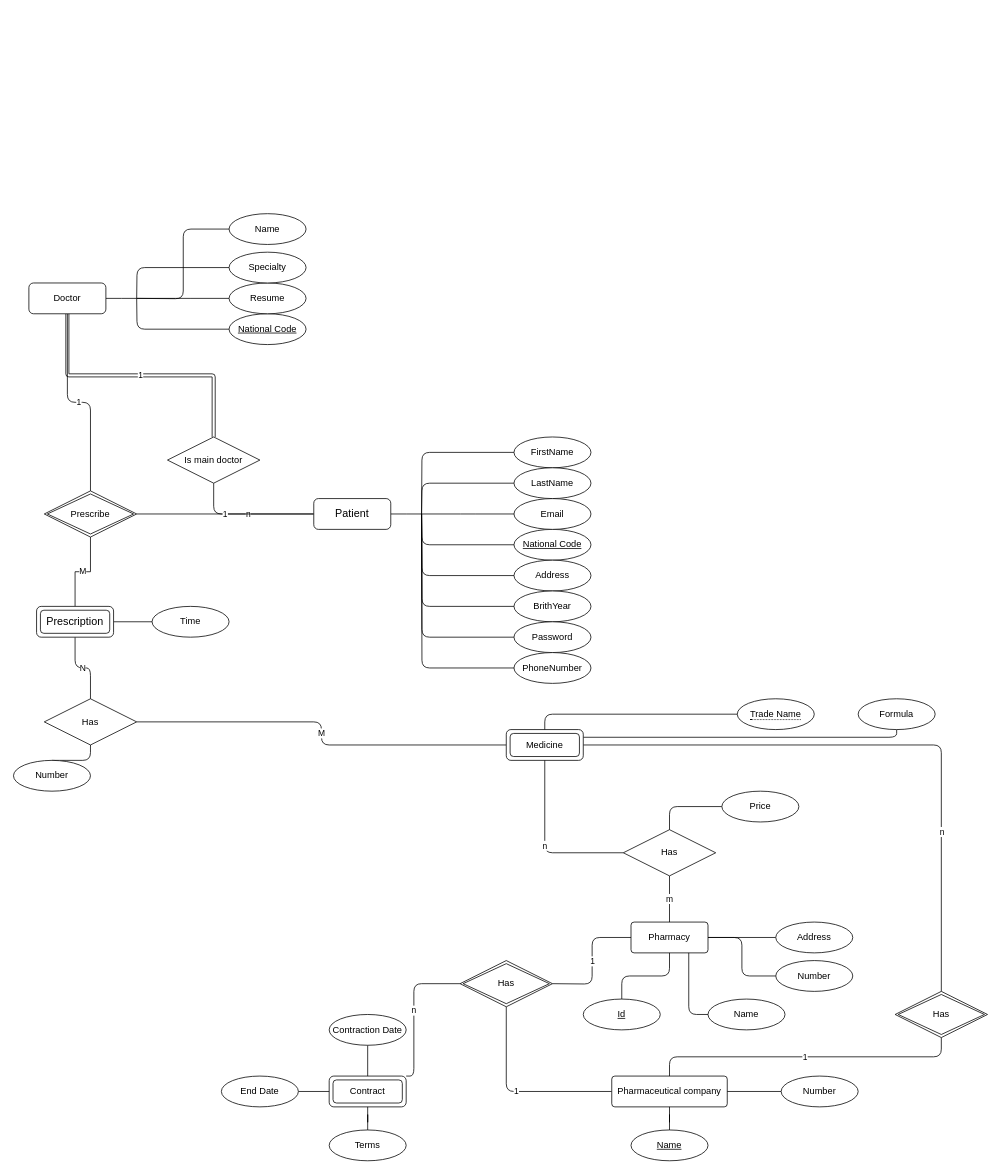
Above: Untitled Diagram.drawio in yasharzb/Health-Management (draw.io), before the change. Source tidied: cells renumbered, new cells numbered last; positions are measured from the earlier drawing's top-left corner, leaving out a move shared by most shapes. Both pictures are drawn from the tidied source at 77%, with x=0, y=0 at pixel (13, 213).
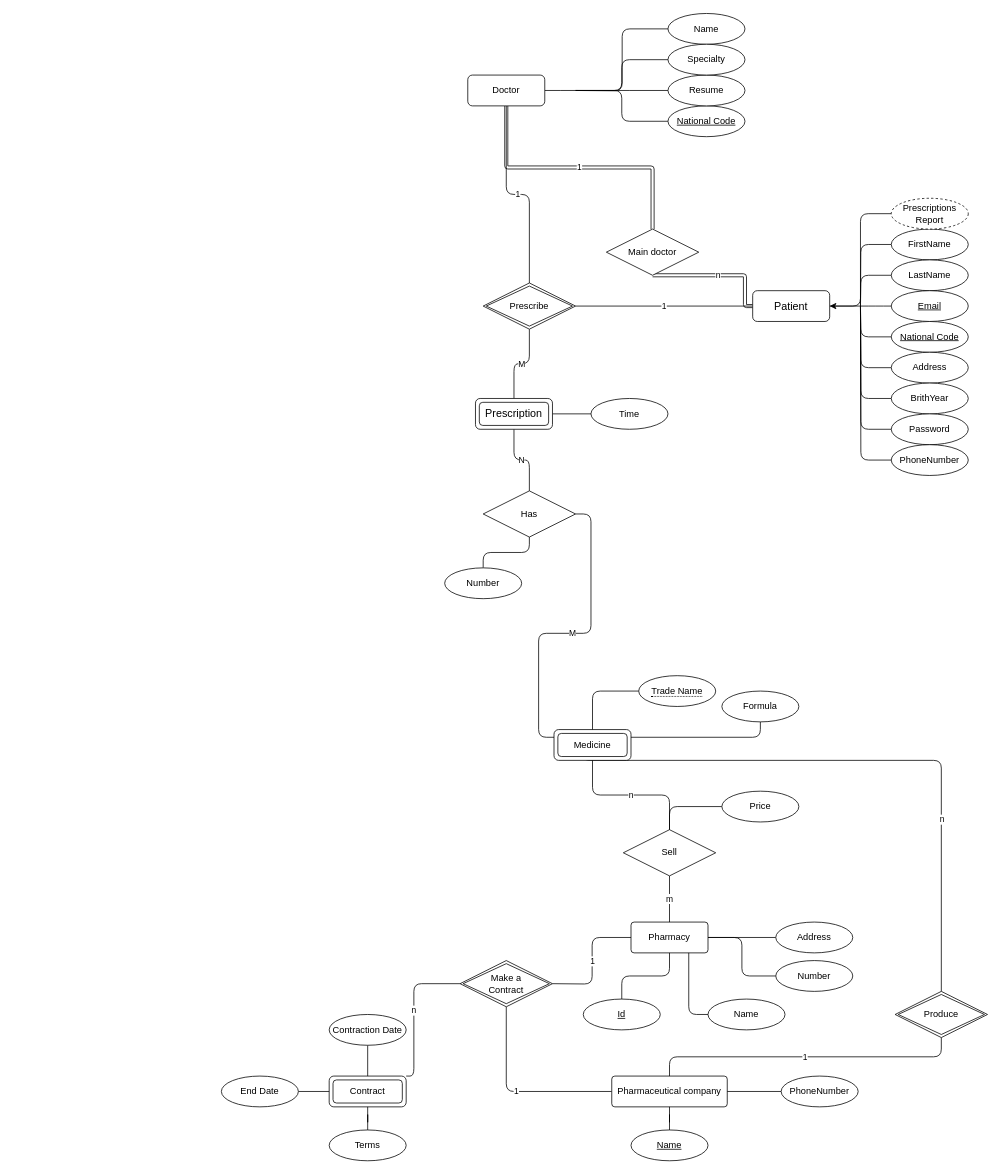
After the change.

Change to the diagram source:
```diff
@@
     <mxCell id="4" style="edgeStyle=orthogonalEdgeStyle;rounded=1;jettySize=auto;html=1;exitX=1;exitY=0.5;exitDx=0;exitDy=0;entryX=0;entryY=0.5;entryDx=0;entryDy=0;endArrow=none;endFill=0;" parent="1" edge="1" target="19">
       <mxGeometry relative="1" as="geometry">
-        <mxPoint x="160" y="110" as="sourcePoint" />
+        <mxPoint x="730" y="-160" as="sourcePoint" />
       </mxGeometry>
     </mxCell>
     <mxCell id="5" style="edgeStyle=orthogonalEdgeStyle;rounded=1;jettySize=auto;html=1;exitX=0;exitY=0.5;exitDx=0;exitDy=0;entryX=1;entryY=0.5;entryDx=0;entryDy=0;endArrow=none;endFill=0;" parent="1" edge="1" source="6">
       <mxGeometry relative="1" as="geometry">
-        <mxPoint x="530" y="390" as="targetPoint" />
+        <mxPoint x="1100" y="120" as="targetPoint" />
       </mxGeometry>
     </mxCell>
     <mxCell id="6" value="National Code" style="ellipse;whiteSpace=wrap;html=1;align=center;fontStyle=4;" parent="1" vertex="1">
-      <mxGeometry x="650" y="410" width="100" height="40" as="geometry" />
+      <mxGeometry x="1140" y="140" width="100" height="40" as="geometry" />
     </mxCell>
     <mxCell id="7" style="edgeStyle=orthogonalEdgeStyle;rounded=1;jettySize=auto;html=1;exitX=0;exitY=0.5;exitDx=0;exitDy=0;entryX=1;entryY=0.5;entryDx=0;entryDy=0;endArrow=none;endFill=0;" parent="1" edge="1" source="8">
       <mxGeometry relative="1" as="geometry">
-        <mxPoint x="530" y="390" as="targetPoint" />
+        <mxPoint x="1100" y="120" as="targetPoint" />
       </mxGeometry>
     </mxCell>
     <mxCell id="8" value="FirstName" style="ellipse;whiteSpace=wrap;html=1;align=center;" parent="1" vertex="1">
-      <mxGeometry x="650" y="290" width="100" height="40" as="geometry" />
+      <mxGeometry x="1140" y="20" width="100" height="40" as="geometry" />
     </mxCell>
     <mxCell id="9" style="edgeStyle=orthogonalEdgeStyle;rounded=1;jettySize=auto;html=1;exitX=0;exitY=0.5;exitDx=0;exitDy=0;endArrow=none;endFill=0;" parent="1" edge="1" source="10">
       <mxGeometry relative="1" as="geometry">
-        <mxPoint x="530" y="390" as="targetPoint" />
+        <mxPoint x="1100" y="120" as="targetPoint" />
       </mxGeometry>
     </mxCell>
     <mxCell id="10" value="Address" style="ellipse;whiteSpace=wrap;html=1;align=center;" parent="1" vertex="1">
-      <mxGeometry x="650" y="450" width="100" height="40" as="geometry" />
+      <mxGeometry x="1140" y="180" width="100" height="40" as="geometry" />
     </mxCell>
     <mxCell id="11" style="edgeStyle=orthogonalEdgeStyle;rounded=1;jettySize=auto;html=1;exitX=0;exitY=0.5;exitDx=0;exitDy=0;entryX=1;entryY=0.5;entryDx=0;entryDy=0;endArrow=none;endFill=0;" parent="1" edge="1" source="12">
       <mxGeometry relative="1" as="geometry">
-        <mxPoint x="530" y="390" as="targetPoint" />
+        <mxPoint x="1100" y="120" as="targetPoint" />
       </mxGeometry>
     </mxCell>
-    <mxCell id="12" value="Email" style="ellipse;whiteSpace=wrap;html=1;align=center;" parent="1" vertex="1">
-      <mxGeometry x="650" y="370" width="100" height="40" as="geometry" />
-    </mxCell>
     <mxCell id="13" style="edgeStyle=orthogonalEdgeStyle;rounded=1;jettySize=auto;html=1;exitX=0;exitY=0.5;exitDx=0;exitDy=0;entryX=1;entryY=0.5;entryDx=0;entryDy=0;endArrow=none;endFill=0;" parent="1" edge="1" source="14">
       <mxGeometry relative="1" as="geometry">
-        <mxPoint x="530" y="390" as="targetPoint" />
+        <mxPoint x="1100" y="120" as="targetPoint" />
       </mxGeometry>
     </mxCell>
     <mxCell id="14" value="LastName" style="ellipse;whiteSpace=wrap;html=1;align=center;" parent="1" vertex="1">
-      <mxGeometry x="650" y="330" width="100" height="40" as="geometry" />
+      <mxGeometry x="1140" y="60" width="100" height="40" as="geometry" />
     </mxCell>
     <mxCell id="15" style="edgeStyle=orthogonalEdgeStyle;rounded=1;jettySize=auto;html=1;exitX=0;exitY=0.5;exitDx=0;exitDy=0;entryX=1;entryY=0.5;entryDx=0;entryDy=0;endArrow=none;endFill=0;" parent="1" edge="1" source="16">
       <mxGeometry relative="1" as="geometry">
-        <mxPoint x="530" y="390" as="targetPoint" />
+        <mxPoint x="1100" y="120" as="targetPoint" />
       </mxGeometry>
     </mxCell>
     <mxCell id="16" value="BrithYear" style="ellipse;whiteSpace=wrap;html=1;align=center;" parent="1" vertex="1">
-      <mxGeometry x="650" y="490" width="100" height="40" as="geometry" />
+      <mxGeometry x="1140" y="220" width="100" height="40" as="geometry" />
     </mxCell>
     <mxCell id="17" style="edgeStyle=orthogonalEdgeStyle;rounded=1;jettySize=auto;html=1;exitX=0;exitY=0.5;exitDx=0;exitDy=0;entryX=1;entryY=0.5;entryDx=0;entryDy=0;endArrow=none;endFill=0;" parent="1" edge="1" source="18">
       <mxGeometry relative="1" as="geometry">
-        <mxPoint x="160" y="110" as="targetPoint" />
+        <mxPoint x="730" y="-160" as="targetPoint" />
+        <Array as="points">
+          <mxPoint x="790" y="-120" />
+          <mxPoint x="790" y="-160" />
+        </Array>
       </mxGeometry>
     </mxCell>
     <mxCell id="18" value="National Code" style="ellipse;whiteSpace=wrap;html=1;align=center;fontStyle=4;" parent="1" vertex="1">
-      <mxGeometry x="280" y="130" width="100" height="40" as="geometry" />
+      <mxGeometry x="850" y="-140" width="100" height="40" as="geometry" />
     </mxCell>
     <mxCell id="19" value="Name" style="ellipse;whiteSpace=wrap;html=1;align=center;" parent="1" vertex="1">
-      <mxGeometry x="280" width="100" height="40" as="geometry" />
+      <mxGeometry x="850" y="-260" width="100" height="40" as="geometry" />
     </mxCell>
     <mxCell id="20" style="edgeStyle=orthogonalEdgeStyle;rounded=0;jettySize=auto;html=1;exitX=0;exitY=0.5;exitDx=0;exitDy=0;entryX=1;entryY=0.5;entryDx=0;entryDy=0;strokeColor=none;" parent="1" edge="1" source="22">
       <mxGeometry relative="1" as="geometry">
-        <mxPoint x="190" y="140" as="targetPoint" />
+        <mxPoint x="760" y="-130" as="targetPoint" />
       </mxGeometry>
     </mxCell>
     <mxCell id="21" style="edgeStyle=orthogonalEdgeStyle;rounded=1;jettySize=auto;html=1;exitX=0;exitY=0.5;exitDx=0;exitDy=0;entryX=1;entryY=0.5;entryDx=0;entryDy=0;endArrow=none;endFill=0;" parent="1" edge="1" source="22">
       <mxGeometry relative="1" as="geometry">
-        <mxPoint x="160" y="110" as="targetPoint" />
+        <mxPoint x="730" y="-160" as="targetPoint" />
       </mxGeometry>
     </mxCell>
     <mxCell id="22" value="Resume" style="ellipse;whiteSpace=wrap;html=1;align=center;" parent="1" vertex="1">
-      <mxGeometry x="280" y="90" width="100" height="40" as="geometry" />
+      <mxGeometry x="850" y="-180" width="100" height="40" as="geometry" />
     </mxCell>
     <mxCell id="23" style="edgeStyle=orthogonalEdgeStyle;rounded=1;jettySize=auto;html=1;exitX=0;exitY=0.5;exitDx=0;exitDy=0;entryX=1;entryY=0.5;entryDx=0;entryDy=0;endArrow=none;endFill=0;" parent="1" edge="1" source="24">
       <mxGeometry relative="1" as="geometry">
-        <mxPoint x="160" y="110" as="targetPoint" />
+        <mxPoint x="730" y="-160" as="targetPoint" />
+        <Array as="points">
+          <mxPoint x="790" y="-200" />
+          <mxPoint x="790" y="-160" />
+        </Array>
       </mxGeometry>
     </mxCell>
     <mxCell id="24" value="Specialty" style="ellipse;whiteSpace=wrap;html=1;align=center;" parent="1" vertex="1">
-      <mxGeometry x="280" y="50" width="100" height="40" as="geometry" />
+      <mxGeometry x="850" y="-220" width="100" height="40" as="geometry" />
     </mxCell>
-    <mxCell id="25" value="n" style="edgeStyle=orthogonalEdgeStyle;rounded=1;jettySize=auto;html=1;exitX=0.5;exitY=1;exitDx=0;exitDy=0;endArrow=none;endFill=0;entryX=0;entryY=0.5;entryDx=0;entryDy=0;" parent="1" edge="1" source="26" target="84">
-      <mxGeometry relative="1" as="geometry" />
+    <mxCell id="25" value="n" style="edgeStyle=orthogonalEdgeStyle;rounded=1;jettySize=auto;html=1;exitX=0.5;exitY=1;exitDx=0;exitDy=0;endArrow=none;endFill=0;entryX=0;entryY=0.5;entryDx=0;entryDy=0;shape=link;" parent="1" edge="1" source="26" target="84">
+      <mxGeometry relative="1" as="geometry">
+        <Array as="points">
+          <mxPoint x="950" y="80" />
+          <mxPoint x="950" y="120" />
+        </Array>
+      </mxGeometry>
     </mxCell>
-    <mxCell id="26" value="Is&amp;nbsp;main doctor" style="shape=rhombus;perimeter=rhombusPerimeter;whiteSpace=wrap;html=1;align=center;" parent="1" vertex="1">
-      <mxGeometry x="200" y="290" width="120" height="60" as="geometry" />
+    <mxCell id="26" value="Main doctor" style="shape=rhombus;perimeter=rhombusPerimeter;whiteSpace=wrap;html=1;align=center;" parent="1" vertex="1">
+      <mxGeometry x="770" y="20" width="120" height="60" as="geometry" />
     </mxCell>
-    <mxCell id="27" value="M" style="edgeStyle=orthogonalEdgeStyle;rounded=1;jettySize=auto;html=1;exitX=1;exitY=0.5;exitDx=0;exitDy=0;entryX=0;entryY=0.5;entryDx=0;entryDy=0;endArrow=none;endFill=0;" parent="1" edge="1" source="29" target="71">
+    <mxCell id="27" value="M" style="edgeStyle=orthogonalEdgeStyle;rounded=1;jettySize=auto;html=1;exitX=1;exitY=0.5;exitDx=0;exitDy=0;entryX=0;entryY=0.25;entryDx=0;entryDy=0;endArrow=none;endFill=0;" parent="1" edge="1" source="29" target="71">
       <mxGeometry relative="1" as="geometry" />
     </mxCell>
@@
     <mxCell id="29" value="Has" style="shape=rhombus;perimeter=rhombusPerimeter;whiteSpace=wrap;html=1;align=center;" parent="1" vertex="1">
-      <mxGeometry x="40" y="630" width="120" height="60" as="geometry" />
+      <mxGeometry x="610" y="360" width="120" height="60" as="geometry" />
     </mxCell>
-    <mxCell id="30" value="M" style="edgeStyle=orthogonalEdgeStyle;rounded=0;jettySize=auto;html=1;exitX=0.5;exitY=1;exitDx=0;exitDy=0;entryX=0.5;entryY=0;entryDx=0;entryDy=0;endArrow=none;endFill=0;" parent="1" edge="1" source="32" target="64">
+    <mxCell id="30" value="M" style="edgeStyle=orthogonalEdgeStyle;rounded=1;jettySize=auto;html=1;exitX=0.5;exitY=1;exitDx=0;exitDy=0;entryX=0.5;entryY=0;entryDx=0;entryDy=0;endArrow=none;endFill=0;" parent="1" edge="1" source="32" target="64">
       <mxGeometry relative="1" as="geometry" />
     </mxCell>
@@
     <mxCell id="32" value="Prescribe" style="shape=rhombus;double=1;perimeter=rhombusPerimeter;whiteSpace=wrap;html=1;align=center;" parent="1" vertex="1">
-      <mxGeometry x="40" y="360" width="120" height="60" as="geometry" />
+      <mxGeometry x="610" y="90" width="120" height="60" as="geometry" />
     </mxCell>
     <mxCell id="33" value="Number" style="ellipse;whiteSpace=wrap;html=1;align=center;rounded=1;shadow=0;glass=0;sketch=0;strokeColor=#000000;gradientColor=none;" parent="1" vertex="1">
-      <mxGeometry y="710" width="100" height="40" as="geometry" />
+      <mxGeometry x="560" y="460" width="100" height="40" as="geometry" />
     </mxCell>
@@
-    <mxCell id="47" value="Number" style="ellipse;whiteSpace=wrap;html=1;align=center;" parent="1" vertex="1">
+    <mxCell id="47" value="PhoneNumber" style="ellipse;whiteSpace=wrap;html=1;align=center;" parent="1" vertex="1">
       <mxGeometry x="997" y="1120" width="100" height="40" as="geometry" />
     </mxCell>
@@
     <mxCell id="58" style="edgeStyle=orthogonalEdgeStyle;rounded=1;jettySize=auto;html=1;exitX=0;exitY=0.5;exitDx=0;exitDy=0;entryX=1;entryY=0.5;entryDx=0;entryDy=0;endArrow=none;endFill=0;" parent="1" edge="1" source="59">
       <mxGeometry relative="1" as="geometry">
-        <mxPoint x="530" y="390" as="targetPoint" />
+        <mxPoint x="1100" y="120" as="targetPoint" />
       </mxGeometry>
     </mxCell>
     <mxCell id="59" value="Password" style="ellipse;whiteSpace=wrap;html=1;align=center;" parent="1" vertex="1">
-      <mxGeometry x="650" y="530" width="100" height="40" as="geometry" />
+      <mxGeometry x="1140" y="260" width="100" height="40" as="geometry" />
     </mxCell>
     <mxCell id="60" style="edgeStyle=orthogonalEdgeStyle;rounded=1;jettySize=auto;html=1;exitX=0;exitY=0.5;exitDx=0;exitDy=0;entryX=1;entryY=0.5;entryDx=0;entryDy=0;endArrow=none;endFill=0;" parent="1" edge="1" source="61">
       <mxGeometry relative="1" as="geometry">
-        <mxPoint x="530" y="390" as="targetPoint" />
+        <mxPoint x="1100" y="120" as="targetPoint" />
       </mxGeometry>
     </mxCell>
     <mxCell id="61" value="PhoneNumber" style="ellipse;whiteSpace=wrap;html=1;align=center;" parent="1" vertex="1">
-      <mxGeometry x="650" y="570" width="100" height="40" as="geometry" />
+      <mxGeometry x="1140" y="300" width="100" height="40" as="geometry" />
     </mxCell>
@@
     <mxCell id="64" value="&lt;span style=&quot;font-size: 14px&quot;&gt;Prescription&lt;/span&gt;" style="shape=ext;margin=3;double=1;whiteSpace=wrap;html=1;align=center;rounded=1;" parent="1" vertex="1">
-      <mxGeometry x="30" y="510" width="100" height="40" as="geometry" />
+      <mxGeometry x="600" y="240" width="100" height="40" as="geometry" />
     </mxCell>
-    <mxCell id="65" value="Has" style="shape=rhombus;double=1;perimeter=rhombusPerimeter;whiteSpace=wrap;html=1;align=center;" parent="1" vertex="1">
+    <mxCell id="65" value="Make a&lt;br&gt;Contract" style="shape=rhombus;double=1;perimeter=rhombusPerimeter;whiteSpace=wrap;html=1;align=center;" parent="1" vertex="1">
       <mxGeometry x="580" y="970" width="120" height="60" as="geometry" />
     </mxCell>
     <mxCell id="66" style="edgeStyle=orthogonalEdgeStyle;rounded=1;jettySize=auto;html=1;exitX=1;exitY=0.5;exitDx=0;exitDy=0;entryX=0.5;entryY=0;entryDx=0;entryDy=0;endArrow=none;endFill=0;" parent="1" edge="1" source="71" target="77">
-      <mxGeometry relative="1" as="geometry" />
+      <mxGeometry relative="1" as="geometry">
+        <Array as="points">
+          <mxPoint x="740" y="710" />
+          <mxPoint x="1205" y="710" />
+        </Array>
+      </mxGeometry>
     </mxCell>
@@
     <mxCell id="68" style="edgeStyle=orthogonalEdgeStyle;rounded=1;jettySize=auto;html=1;exitX=0.5;exitY=1;exitDx=0;exitDy=0;entryX=1;entryY=0.25;entryDx=0;entryDy=0;endArrow=none;endFill=0;" parent="1" edge="1" source="69" target="71">
       <mxGeometry relative="1" as="geometry">
         <Array as="points">
-          <mxPoint x="1147" y="680" />
+          <mxPoint x="970" y="680" />
         </Array>
       </mxGeometry>
     </mxCell>
     <mxCell id="69" value="Formula" style="ellipse;whiteSpace=wrap;html=1;align=center;" parent="1" vertex="1">
-      <mxGeometry x="1097" y="630" width="100" height="40" as="geometry" />
+      <mxGeometry x="920" y="620" width="100" height="40" as="geometry" />
     </mxCell>
@@
     <mxCell id="71" value="Medicine" style="shape=ext;margin=3;double=1;whiteSpace=wrap;html=1;align=center;rounded=1;" parent="1" vertex="1">
-      <mxGeometry x="640" y="670" width="100" height="40" as="geometry" />
+      <mxGeometry x="702" y="670" width="100" height="40" as="geometry" />
     </mxCell>
@@
     <mxCell id="73" value="&lt;span style=&quot;border-bottom: 1px dotted&quot;&gt;Trade Name&lt;br&gt;&lt;/span&gt;" style="ellipse;whiteSpace=wrap;html=1;align=center;" parent="1" vertex="1">
-      <mxGeometry x="940" y="630" width="100" height="40" as="geometry" />
+      <mxGeometry x="812" y="600" width="100" height="40" as="geometry" />
     </mxCell>
@@
-    <mxCell id="76" value="Has" style="shape=rhombus;perimeter=rhombusPerimeter;whiteSpace=wrap;html=1;align=center;" parent="1" vertex="1">
+    <mxCell id="76" value="Sell" style="shape=rhombus;perimeter=rhombusPerimeter;whiteSpace=wrap;html=1;align=center;" parent="1" vertex="1">
       <mxGeometry x="792" y="800" width="120" height="60" as="geometry" />
     </mxCell>
-    <mxCell id="77" value="Has" style="shape=rhombus;double=1;perimeter=rhombusPerimeter;whiteSpace=wrap;html=1;align=center;" parent="1" vertex="1">
+    <mxCell id="77" value="Produce" style="shape=rhombus;double=1;perimeter=rhombusPerimeter;whiteSpace=wrap;html=1;align=center;" parent="1" vertex="1">
       <mxGeometry x="1145" y="1010" width="120" height="60" as="geometry" />
     </mxCell>
@@
     <mxCell id="80" value="Time" style="ellipse;whiteSpace=wrap;html=1;align=center;" parent="1" vertex="1">
-      <mxGeometry x="180" y="510" width="100" height="40" as="geometry" />
+      <mxGeometry x="750" y="240" width="100" height="40" as="geometry" />
     </mxCell>
     <mxCell id="81" style="edgeStyle=orthogonalEdgeStyle;rounded=0;jettySize=auto;html=1;endArrow=none;endFill=0;" parent="1" edge="1" source="82">
       <mxGeometry relative="1" as="geometry">
-        <mxPoint x="160" y="110" as="targetPoint" />
+        <mxPoint x="730" y="-160" as="targetPoint" />
       </mxGeometry>
     </mxCell>
     <mxCell id="82" value="Doctor" style="whiteSpace=wrap;html=1;align=center;rounded=1;" parent="1" vertex="1">
-      <mxGeometry x="20" y="90" width="100" height="40" as="geometry" />
+      <mxGeometry x="590" y="-180" width="100" height="40" as="geometry" />
     </mxCell>
     <mxCell id="83" style="edgeStyle=orthogonalEdgeStyle;rounded=0;jettySize=auto;html=1;endArrow=none;endFill=0;" parent="1" edge="1" source="84">
       <mxGeometry relative="1" as="geometry">
-        <mxPoint x="530" y="390" as="targetPoint" />
+        <mxPoint x="1100" y="120" as="targetPoint" />
       </mxGeometry>
     </mxCell>
     <mxCell id="84" value="&lt;span style=&quot;font-size: 14px&quot;&gt;Patient&lt;/span&gt;" style="whiteSpace=wrap;html=1;align=center;rounded=1;" parent="1" vertex="1">
-      <mxGeometry x="390" y="370" width="100" height="40" as="geometry" />
+      <mxGeometry x="960" y="100" width="100" height="40" as="geometry" />
     </mxCell>
+    <mxCell id="12" value="Email" style="ellipse;whiteSpace=wrap;html=1;align=center;fontStyle=4;" parent="1" vertex="1">
+      <mxGeometry x="1140" y="100" width="100" height="40" as="geometry" />
+    </mxCell>
+    <mxCell id="85" style="edgeStyle=orthogonalEdgeStyle;rounded=1;jettySize=auto;html=1;exitX=0;exitY=0.5;exitDx=0;exitDy=0;entryX=1;entryY=0.5;entryDx=0;entryDy=0;" parent="1" edge="1" source="86" target="84">
+      <mxGeometry relative="1" as="geometry">
+        <Array as="points">
+          <mxPoint x="1100" />
+          <mxPoint x="1100" y="120" />
+        </Array>
+      </mxGeometry>
+    </mxCell>
+    <mxCell id="86" value="&lt;span&gt;Prescriptions&lt;br&gt;Report&lt;/span&gt;" style="ellipse;whiteSpace=wrap;html=1;align=center;dashed=1;" parent="1" vertex="1">
+      <mxGeometry x="1140" y="-20" width="100" height="40" as="geometry" />
+    </mxCell>
```
